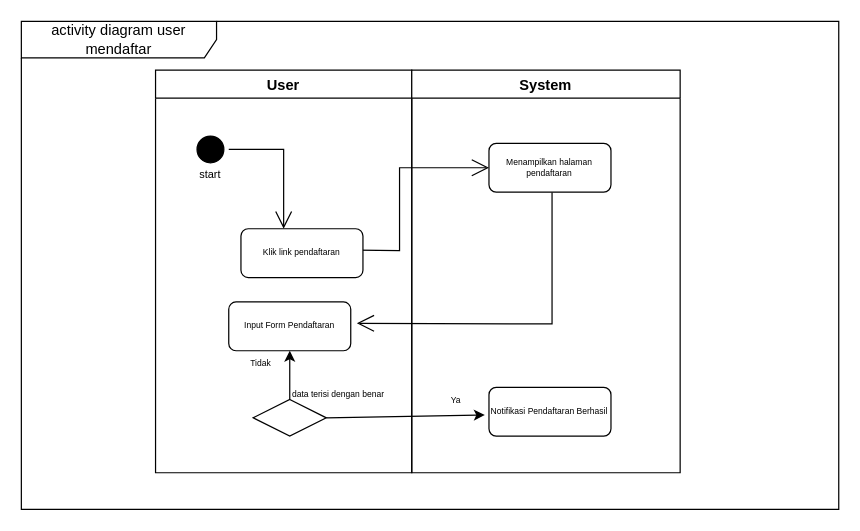
Earlier version of the draw.io diagram activity diagram pendaftaran user.drawio (romijatmiko/2N2R-SHOES-WEBSITE). Source tidied: cells renumbered, new cells numbered last; positions are measured from the earlier drawing's top-left corner, leaving out a move shared by most shapes. Both pictures are drawn from the tidied source at 122%, with x=0, y=0 at pixel (21, 21).
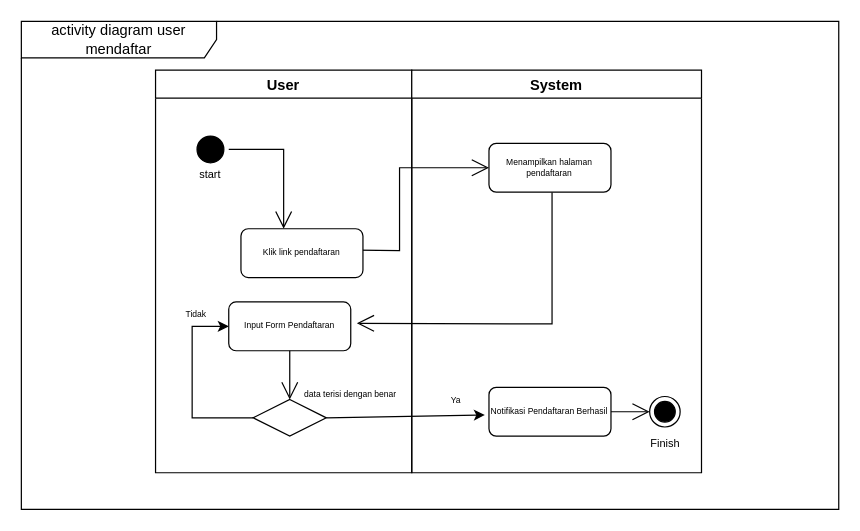
The same page after the edit.

The change refers to these unchanged cells:
```xml
<mxCell id="3" value="User" style="swimlane;" parent="1" vertex="1">
  <mxGeometry x="110" y="40" width="210" height="330" as="geometry" />
</mxCell>
<mxCell id="4" style="rhombus;whiteSpace=wrap;html=1;fontSize=9;strokeColor=#000000;" parent="3" vertex="1">
  <mxGeometry x="80" y="270" width="60" height="30" as="geometry" />
</mxCell>
<mxCell id="17" value="Input Form Pendaftaran" style="rounded=1;whiteSpace=wrap;html=1;fontSize=7;strokeColor=#000000;" parent="1" vertex="1">
  <mxGeometry x="170" y="230" width="100" height="40" as="geometry" />
</mxCell>
<mxCell id="19" value="Notifikasi Pendaftaran Berhasil" style="rounded=1;whiteSpace=wrap;html=1;fontSize=7;strokeColor=#000000;" parent="1" vertex="1">
  <mxGeometry x="383.3" y="300" width="100" height="40" as="geometry" />
</mxCell>
```

The edit, as a diff of the source:
```diff
@@
     <mxCell id="5" value="&lt;font style=&quot;font-size: 7px&quot;&gt;data terisi dengan benar&lt;/font&gt;" style="text;html=1;strokeColor=none;fillColor=none;align=center;verticalAlign=middle;whiteSpace=wrap;rounded=0;fontSize=9;" parent="3" vertex="1">
-      <mxGeometry x="110" y="250" width="80" height="30" as="geometry" />
+      <mxGeometry x="120" y="250" width="80" height="30" as="geometry" />
     </mxCell>
     <mxCell id="6" value="System" style="swimlane;startSize=23;" parent="1" vertex="1">
-      <mxGeometry x="320" y="40" width="220" height="330" as="geometry" />
+      <mxGeometry x="320" y="40" width="237.5" height="330" as="geometry" />
     </mxCell>
+    <mxCell id="20" style="ellipse;html=1;shape=endState;fillColor=#000000;strokeColor=#000000;fontSize=7;" parent="6" vertex="1">
+      <mxGeometry x="195" y="267.5" width="25" height="25" as="geometry" />
+    </mxCell>
+    <mxCell id="21" value="&lt;font style=&quot;font-size: 9px&quot;&gt;Finish&lt;/font&gt;" style="text;html=1;strokeColor=none;fillColor=none;align=center;verticalAlign=middle;whiteSpace=wrap;rounded=0;" parent="6" vertex="1">
+      <mxGeometry x="177.5" y="290" width="60" height="30" as="geometry" />
+    </mxCell>
@@
     <mxCell id="14" value="&lt;font style=&quot;font-size: 7px&quot;&gt;Tidak&lt;/font&gt;" style="text;html=1;strokeColor=none;fillColor=none;align=center;verticalAlign=middle;whiteSpace=wrap;rounded=0;fontSize=9;" parent="1" vertex="1">
-      <mxGeometry x="170" y="270" width="53.3" height="20" as="geometry" />
+      <mxGeometry x="116.7" y="230" width="53.3" height="20" as="geometry" />
     </mxCell>
@@
-    <mxCell id="18" style="endArrow=classic;html=1;rounded=0;fontSize=9;exitX=0.5;exitY=0;exitDx=0;exitDy=0;" parent="1" edge="1" source="4" target="17">
-      <mxGeometry relative="1" as="geometry" />
+    <mxCell id="18" style="endArrow=classic;html=1;rounded=0;fontSize=9;exitX=0;exitY=0.5;exitDx=0;exitDy=0;" parent="1" edge="1" source="4" target="17">
+      <mxGeometry relative="1" as="geometry">
+        <Array as="points">
+          <mxPoint x="140" y="325" />
+          <mxPoint x="140" y="250" />
+        </Array>
+      </mxGeometry>
     </mxCell>
@@
+    <mxCell id="22" style="endArrow=open;endFill=1;endSize=12;html=1;rounded=0;fontSize=9;" parent="1" edge="1" source="19" target="20">
+      <mxGeometry relative="1" as="geometry" />
+    </mxCell>
+    <mxCell id="23" style="endArrow=open;endFill=1;endSize=12;html=1;rounded=0;fontSize=9;" parent="1" edge="1" source="17" target="4">
+      <mxGeometry relative="1" as="geometry" />
+    </mxCell>
```
